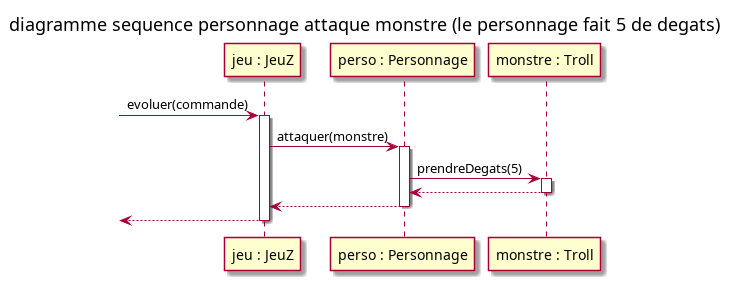
This is documents/version_4/Sequence_attaque.png from Alex-Michelet/2021_COO_Zeldiablo_Cordurie_Sacquard_Michelet_Kone_Becker, a PlantUML export, as it was before one commit.
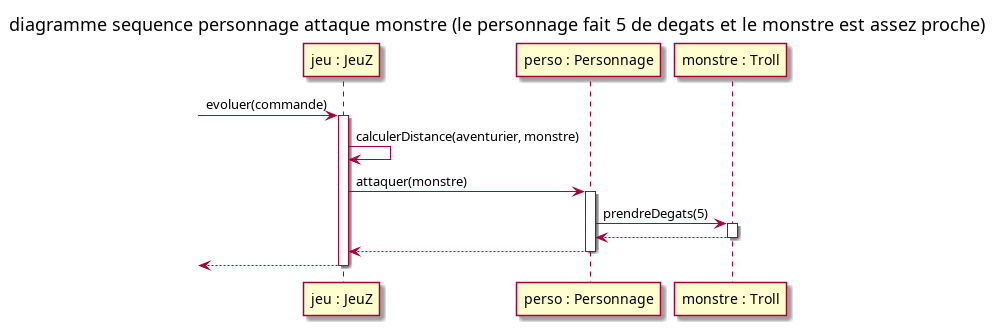
Above is the later version.

Commit message:
Modif diagramme sequence attaque + ajout des classes d arme

The edit, as a diff of the source:
```diff
@@ -1,6 +1,6 @@
 @startuml
 
-title diagramme sequence personnage attaque monstre (le personnage fait 5 de degats)
+title diagramme sequence personnage attaque monstre (le personnage fait 5 de degats et le monstre est assez proche)
 
 participant "jeu : JeuZ" as jeu
 participant "perso : Personnage" as perso
@@ -8,6 +8,8 @@
 
 [-> jeu : evoluer(commande)
 activate jeu
+
+jeu -> jeu : calculerDistance(aventurier, monstre)
 
 jeu -> perso : attaquer(monstre)
 activate perso
```
